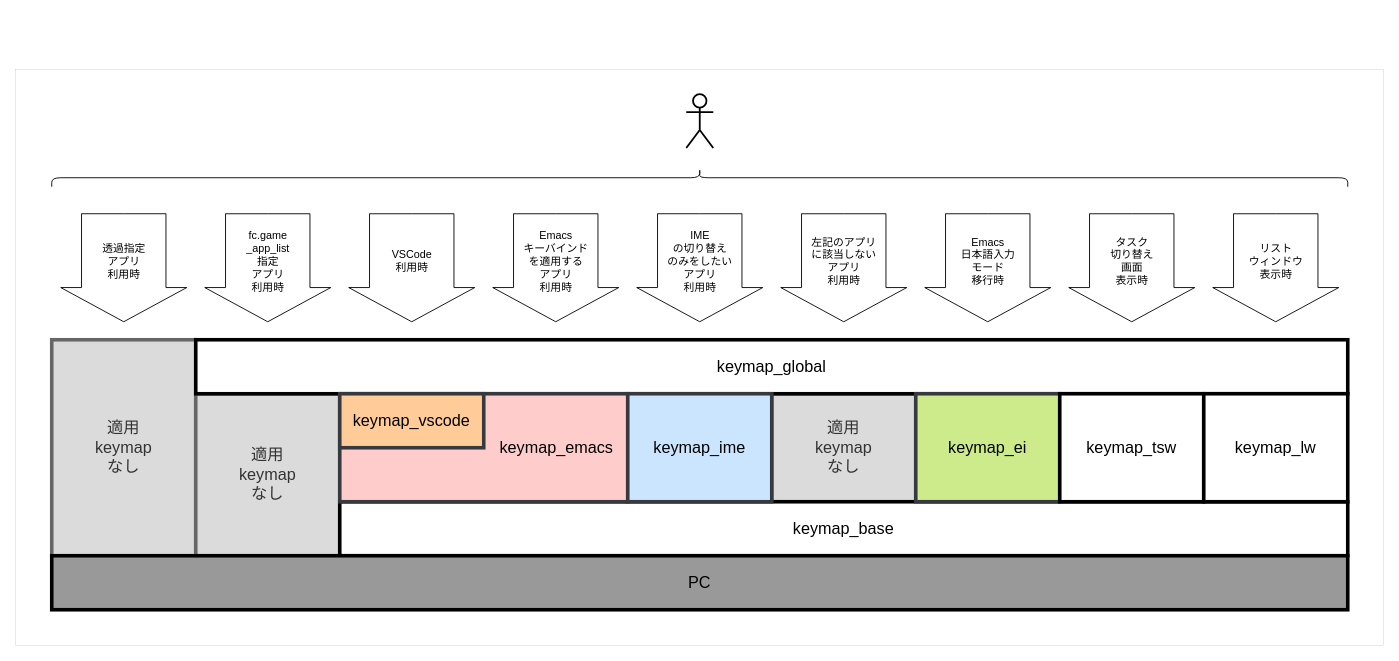
The draw.io diagram fakeymacs_manuals/keymap_layer/keymap_layer.drawio in smzht/fakeymacs, before the edit. Source tidied: cells renumbered, new cells numbered last; positions are measured from the earlier drawing's top-left corner, leaving out a move shared by most shapes. Both pictures are drawn from the tidied source at 90%, with x=0, y=0 at pixel (15, -471).
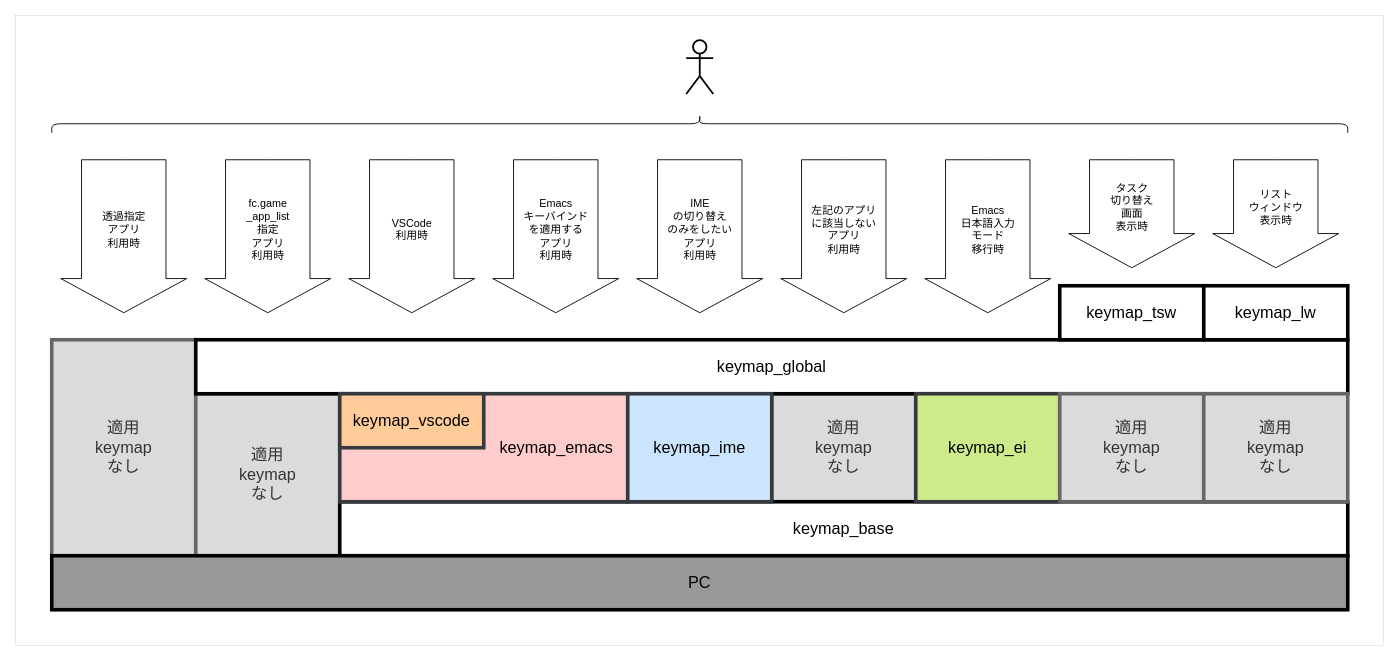
The same diagram, later.

Commit message (it also covers changes not shown here):
keymap_tsw と keymap_lw は keymap_global より優先順位を高くする

Change to the diagram source:
```diff
@@
     <mxCell id="2" style="rounded=0;whiteSpace=wrap;html=1;strokeWidth=0;" parent="1" vertex="1">
-      <mxGeometry y="600" width="1520" height="640" as="geometry" />
+      <mxGeometry y="540" width="1520" height="700" as="geometry" />
     </mxCell>
@@
     <mxCell id="11" value="&lt;font style=&quot;font-size: 18px;&quot;&gt;keymap_tsw&lt;/font&gt;" style="rounded=0;whiteSpace=wrap;html=1;strokeWidth=4;" parent="1" vertex="1">
-      <mxGeometry x="1160" y="960" width="160" height="120" as="geometry" />
+      <mxGeometry x="1160" y="840" width="160" height="60" as="geometry" />
     </mxCell>
     <mxCell id="12" value="&lt;font style=&quot;font-size: 18px;&quot;&gt;keymap_lw&lt;/font&gt;" style="rounded=0;whiteSpace=wrap;html=1;strokeWidth=4;" parent="1" vertex="1">
-      <mxGeometry x="1320" y="960" width="160" height="120" as="geometry" />
+      <mxGeometry x="1320" y="840" width="160" height="60" as="geometry" />
     </mxCell>
@@
     <mxCell id="14" value="リスト&lt;br&gt;ウィンドウ&lt;br&gt;表示時&lt;br&gt;　" style="html=1;shadow=0;dashed=0;align=center;verticalAlign=middle;shape=mxgraph.arrows2.arrow;dy=0.33;dx=38;direction=south;notch=0;strokeWidth=1;" parent="1" vertex="1">
-      <mxGeometry x="1330" y="760" width="140" height="120" as="geometry" />
+      <mxGeometry x="1330" y="700" width="140" height="120" as="geometry" />
     </mxCell>
     <mxCell id="15" value="タスク&lt;br&gt;切り替え&lt;br&gt;画面&lt;br&gt;表示時&lt;br&gt;　" style="html=1;shadow=0;dashed=0;align=center;verticalAlign=middle;shape=mxgraph.arrows2.arrow;dy=0.33;dx=38;direction=south;notch=0;strokeWidth=1;" parent="1" vertex="1">
-      <mxGeometry x="1170" y="760" width="140" height="120" as="geometry" />
+      <mxGeometry x="1170" y="700" width="140" height="120" as="geometry" />
     </mxCell>
+    <mxCell id="22" value="&lt;font style=&quot;font-size: 18px;&quot;&gt;PC&lt;/font&gt;" style="rounded=0;whiteSpace=wrap;html=1;strokeWidth=4;fillColor=#999999;" parent="1" vertex="1">
+      <mxGeometry x="40" y="1140" width="1440" height="60" as="geometry" />
+    </mxCell>
+    <mxCell id="24" style="shape=umlActor;verticalLabelPosition=bottom;verticalAlign=top;html=1;strokeWidth=2;" parent="1" vertex="1">
+      <mxGeometry x="745" y="567" width="30" height="60" as="geometry" />
+    </mxCell>
+    <mxCell id="25" style="shape=curlyBracket;whiteSpace=wrap;html=1;rounded=1;flipH=1;labelPosition=right;verticalLabelPosition=middle;align=left;verticalAlign=middle;rotation=-90;" parent="1" vertex="1">
+      <mxGeometry x="750" y="-60" width="20" height="1440" as="geometry" />
+    </mxCell>
+    <mxCell id="26" value="適用&lt;br style=&quot;font-size: 18px;&quot;&gt;keymap&lt;br style=&quot;font-size: 18px;&quot;&gt;なし" style="rounded=0;whiteSpace=wrap;html=1;strokeWidth=4;fontSize=18;fillColor=#dbdbdb;fontColor=#333333;strokeColor=#666666;" parent="1" vertex="1">
+      <mxGeometry x="1160" y="960" width="160" height="120" as="geometry" />
+    </mxCell>
+    <mxCell id="27" value="適用&lt;br style=&quot;font-size: 18px;&quot;&gt;keymap&lt;br style=&quot;font-size: 18px;&quot;&gt;なし" style="rounded=0;whiteSpace=wrap;html=1;strokeWidth=4;fontSize=18;fillColor=#dbdbdb;fontColor=#333333;strokeColor=#666666;" parent="1" vertex="1">
+      <mxGeometry x="1320" y="960" width="160" height="120" as="geometry" />
+    </mxCell>
+    <mxCell id="28" style="group;" parent="1" vertex="1">
+      <mxGeometry x="50" y="700" width="1100" height="170" as="geometry" />
+    </mxCell>
-    <mxCell id="16" value="Emacs&lt;br&gt;日本語入力&lt;br&gt;モード&lt;br&gt;移行時&lt;br&gt;　" style="html=1;shadow=0;dashed=0;align=center;verticalAlign=middle;shape=mxgraph.arrows2.arrow;dy=0.33;dx=38;direction=south;notch=0;strokeWidth=1;" parent="1" vertex="1">
-      <mxGeometry x="1010" y="760" width="140" height="120" as="geometry" />
+    <mxCell id="16" value="Emacs&lt;br&gt;日本語入力&lt;br&gt;モード&lt;br&gt;移行時&lt;br&gt;　" style="html=1;shadow=0;dashed=0;align=center;verticalAlign=middle;shape=mxgraph.arrows2.arrow;dy=0.33;dx=38;direction=south;notch=0;strokeWidth=1;" parent="28" vertex="1">
+      <mxGeometry x="960" width="140" height="170" as="geometry" />
     </mxCell>
-    <mxCell id="17" value="IME&lt;br&gt;の切り替え&lt;br&gt;のみをしたい&lt;br&gt;アプリ&lt;br&gt;利用時&lt;br&gt;　" style="html=1;shadow=0;dashed=0;align=center;verticalAlign=middle;shape=mxgraph.arrows2.arrow;dy=0.33;dx=38;direction=south;notch=0;strokeWidth=1;" parent="1" vertex="1">
-      <mxGeometry x="690" y="760" width="140" height="120" as="geometry" />
+    <mxCell id="17" value="IME&lt;br&gt;の切り替え&lt;br&gt;のみをしたい&lt;br&gt;アプリ&lt;br&gt;利用時&lt;br&gt;　" style="html=1;shadow=0;dashed=0;align=center;verticalAlign=middle;shape=mxgraph.arrows2.arrow;dy=0.33;dx=38;direction=south;notch=0;strokeWidth=1;" parent="28" vertex="1">
+      <mxGeometry x="640" width="140" height="170" as="geometry" />
     </mxCell>
-    <mxCell id="18" value="VSCode&lt;br&gt;利用時&lt;br&gt;　" style="html=1;shadow=0;dashed=0;align=center;verticalAlign=middle;shape=mxgraph.arrows2.arrow;dy=0.33;dx=38;direction=south;notch=0;strokeWidth=1;" parent="1" vertex="1">
-      <mxGeometry x="370" y="760" width="140" height="120" as="geometry" />
+    <mxCell id="18" value="VSCode&lt;br&gt;利用時&lt;br&gt;　" style="html=1;shadow=0;dashed=0;align=center;verticalAlign=middle;shape=mxgraph.arrows2.arrow;dy=0.33;dx=38;direction=south;notch=0;strokeWidth=1;" parent="28" vertex="1">
+      <mxGeometry x="320" width="140" height="170" as="geometry" />
     </mxCell>
-    <mxCell id="19" value="Emacs&lt;br&gt;キーバインド&lt;br&gt;を適用する&lt;br&gt;アプリ&lt;br&gt;利用時&lt;br&gt;　" style="html=1;shadow=0;dashed=0;align=center;verticalAlign=middle;shape=mxgraph.arrows2.arrow;dy=0.33;dx=38;direction=south;notch=0;strokeWidth=1;" parent="1" vertex="1">
-      <mxGeometry x="530" y="760" width="140" height="120" as="geometry" />
+    <mxCell id="19" value="Emacs&lt;br&gt;キーバインド&lt;br&gt;を適用する&lt;br&gt;アプリ&lt;br&gt;利用時&lt;br&gt;　" style="html=1;shadow=0;dashed=0;align=center;verticalAlign=middle;shape=mxgraph.arrows2.arrow;dy=0.33;dx=38;direction=south;notch=0;strokeWidth=1;" parent="28" vertex="1">
+      <mxGeometry x="480" width="140" height="170" as="geometry" />
     </mxCell>
-    <mxCell id="20" value="fc.game&lt;br&gt;_app_list&lt;br&gt;指定&lt;br&gt;アプリ&lt;br&gt;利用時&lt;br&gt;　" style="html=1;shadow=0;dashed=0;align=center;verticalAlign=middle;shape=mxgraph.arrows2.arrow;dy=0.33;dx=38;direction=south;notch=0;strokeWidth=1;" parent="1" vertex="1">
-      <mxGeometry x="210" y="760" width="140" height="120" as="geometry" />
+    <mxCell id="20" value="fc.game&lt;br&gt;_app_list&lt;br&gt;指定&lt;br&gt;アプリ&lt;br&gt;利用時&lt;br&gt;　" style="html=1;shadow=0;dashed=0;align=center;verticalAlign=middle;shape=mxgraph.arrows2.arrow;dy=0.33;dx=38;direction=south;notch=0;strokeWidth=1;" parent="28" vertex="1">
+      <mxGeometry x="160" width="140" height="170" as="geometry" />
     </mxCell>
-    <mxCell id="21" value="透過指定&lt;br&gt;アプリ&lt;br&gt;利用時&lt;br&gt;　" style="html=1;shadow=0;dashed=0;align=center;verticalAlign=middle;shape=mxgraph.arrows2.arrow;dy=0.33;dx=38;direction=south;notch=0;strokeWidth=1;" parent="1" vertex="1">
-      <mxGeometry x="50" y="760" width="140" height="120" as="geometry" />
+    <mxCell id="21" value="透過指定&lt;br&gt;アプリ&lt;br&gt;利用時&lt;br&gt;　" style="html=1;shadow=0;dashed=0;align=center;verticalAlign=middle;shape=mxgraph.arrows2.arrow;dy=0.33;dx=38;direction=south;notch=0;strokeWidth=1;" parent="28" vertex="1">
+      <mxGeometry width="140" height="170" as="geometry" />
     </mxCell>
-    <mxCell id="22" value="&lt;font style=&quot;font-size: 18px;&quot;&gt;PC&lt;/font&gt;" style="rounded=0;whiteSpace=wrap;html=1;strokeWidth=4;fillColor=#999999;" parent="1" vertex="1">
-      <mxGeometry x="40" y="1140" width="1440" height="60" as="geometry" />
-    </mxCell>
-    <mxCell id="23" value="左記のアプリ&lt;br&gt;に該当しない&lt;br&gt;アプリ&lt;br&gt;利用時&lt;br&gt;&amp;nbsp;" style="html=1;shadow=0;dashed=0;align=center;verticalAlign=middle;shape=mxgraph.arrows2.arrow;dy=0.33;dx=38;direction=south;notch=0;strokeWidth=1;" parent="1" vertex="1">
-      <mxGeometry x="850" y="760" width="140" height="120" as="geometry" />
+    <mxCell id="23" value="左記のアプリ&lt;br&gt;に該当しない&lt;br&gt;アプリ&lt;br&gt;利用時&lt;br&gt;&amp;nbsp;" style="html=1;shadow=0;dashed=0;align=center;verticalAlign=middle;shape=mxgraph.arrows2.arrow;dy=0.33;dx=38;direction=south;notch=0;strokeWidth=1;" parent="28" vertex="1">
+      <mxGeometry x="800" width="140" height="170" as="geometry" />
     </mxCell>
-    <mxCell id="24" style="shape=umlActor;verticalLabelPosition=bottom;verticalAlign=top;html=1;strokeWidth=2;" parent="1" vertex="1">
-      <mxGeometry x="745" y="627" width="30" height="60" as="geometry" />
-    </mxCell>
-    <mxCell id="25" style="shape=curlyBracket;whiteSpace=wrap;html=1;rounded=1;flipH=1;labelPosition=right;verticalLabelPosition=middle;align=left;verticalAlign=middle;rotation=-90;" parent="1" vertex="1">
-      <mxGeometry x="750" width="20" height="1440" as="geometry" />
-    </mxCell>
```
